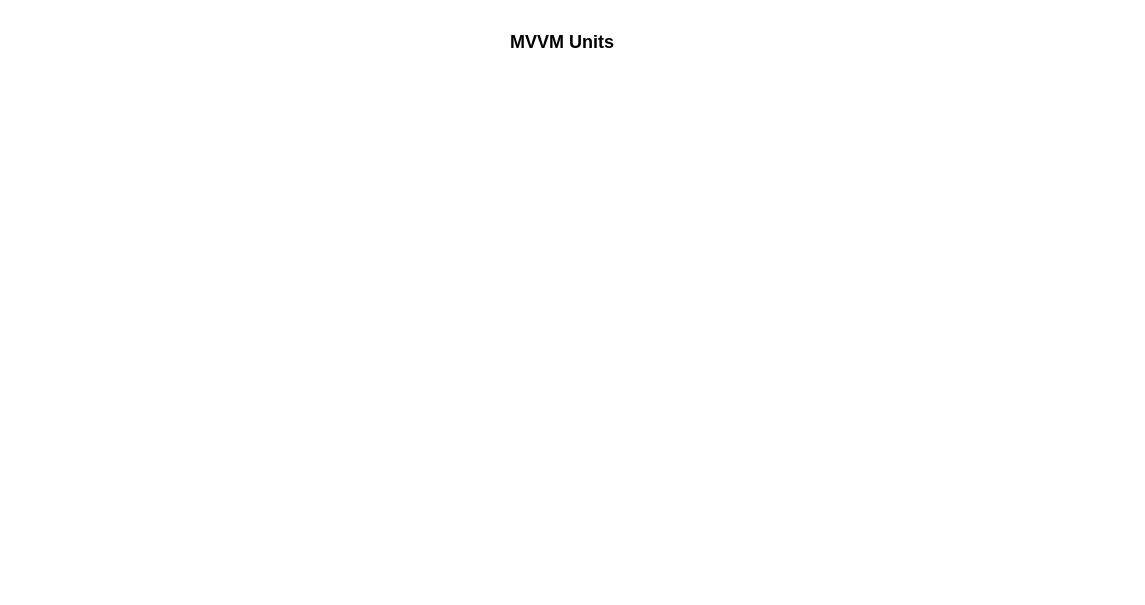
Before: doc/diagrams/mvvm/mvvm_units.drawio in weasdown/dispatch, a draw.io diagram. Source tidied: cells renumbered, new cells numbered last; positions are measured from the earlier drawing's top-left corner, leaving out a move shared by most shapes. Both pictures are drawn from the tidied source at 100%, with x=0, y=0 at pixel (487, 17).
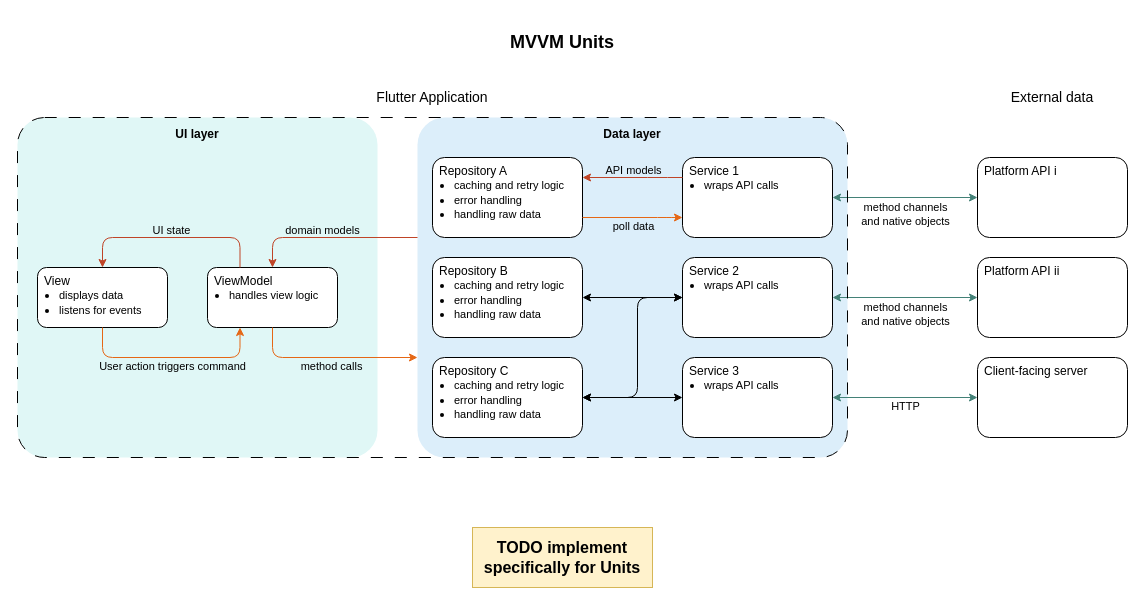
Above is the later version.

Commit message:
feat: add placeholder diagram for Units

Diff of the diagram source:
```diff
@@
+    <mxCell id="3" parent="0" />
+    <mxCell id="4" value="UI layer" style="rounded=1;whiteSpace=wrap;html=1;fillColor=light-dark(#e0f7f6, #1f2f1e);dashed=1;dashPattern=12 12;verticalAlign=top;labelPosition=center;verticalLabelPosition=middle;align=center;spacing=5;fontSize=12;strokeColor=none;arcSize=8;fontStyle=1;spacingTop=0;" parent="3" vertex="1">
+      <mxGeometry x="-470" y="100" width="360" height="340" as="geometry" />
+    </mxCell>
+    <mxCell id="5" value="Data layer" style="rounded=1;whiteSpace=wrap;html=1;fillColor=light-dark(#dceefa, #1f2f1e);dashed=1;dashPattern=12 12;verticalAlign=top;labelPosition=center;verticalLabelPosition=middle;align=center;spacing=5;fontSize=12;strokeColor=none;arcSize=8;fontStyle=1;spacingTop=0;" parent="3" vertex="1">
+      <mxGeometry x="-70" y="100" width="430" height="340" as="geometry" />
+    </mxCell>
+    <mxCell id="6" value="View&lt;div&gt;&lt;ul style=&quot;padding-left: 15px; margin-top: 0px;&quot;&gt;&lt;li&gt;&lt;span style=&quot;background-color: transparent; color: light-dark(rgb(0, 0, 0), rgb(255, 255, 255));&quot;&gt;&lt;font style=&quot;font-size: 11px;&quot;&gt;displays data&lt;/font&gt;&lt;/span&gt;&lt;/li&gt;&lt;li&gt;&lt;span style=&quot;background-color: transparent; color: light-dark(rgb(0, 0, 0), rgb(255, 255, 255));&quot;&gt;&lt;font style=&quot;font-size: 11px;&quot;&gt;listens for events&lt;/font&gt;&lt;/span&gt;&lt;/li&gt;&lt;/ul&gt;&lt;/div&gt;" style="rounded=1;whiteSpace=wrap;html=1;align=left;verticalAlign=top;spacingLeft=5;" parent="3" vertex="1">
+      <mxGeometry x="-450" y="250" width="130" height="60" as="geometry" />
+    </mxCell>
+    <mxCell id="7" value="ViewModel&lt;div&gt;&lt;ul style=&quot;padding-left: 15px; margin-top: 0px;&quot;&gt;&lt;li&gt;&lt;font style=&quot;font-size: 11px;&quot;&gt;handles view logic&lt;/font&gt;&lt;/li&gt;&lt;/ul&gt;&lt;/div&gt;" style="rounded=1;whiteSpace=wrap;html=1;align=left;verticalAlign=top;spacingLeft=5;" parent="3" vertex="1">
+      <mxGeometry x="-280" y="250" width="130" height="60" as="geometry" />
+    </mxCell>
+    <mxCell id="8" value="Repository A&lt;div&gt;&lt;ul style=&quot;padding-left: 15px; margin-top: 0px;&quot;&gt;&lt;li&gt;&lt;font style=&quot;font-size: 11px;&quot;&gt;caching and retry logic&lt;/font&gt;&lt;/li&gt;&lt;li&gt;&lt;span style=&quot;font-size: 11px;&quot;&gt;error handling&lt;/span&gt;&lt;/li&gt;&lt;li&gt;&lt;span style=&quot;font-size: 11px;&quot;&gt;handling raw data&lt;/span&gt;&lt;/li&gt;&lt;/ul&gt;&lt;/div&gt;" style="rounded=1;whiteSpace=wrap;html=1;align=left;verticalAlign=top;spacingLeft=5;" parent="3" vertex="1">
+      <mxGeometry x="-55" y="140" width="150" height="80" as="geometry" />
+    </mxCell>
+    <mxCell id="9" value="Repository B&lt;div&gt;&lt;ul style=&quot;padding-left: 15px; margin-top: 0px;&quot;&gt;&lt;li&gt;&lt;font style=&quot;font-size: 11px;&quot;&gt;caching and retry logic&lt;/font&gt;&lt;/li&gt;&lt;li&gt;&lt;span style=&quot;font-size: 11px;&quot;&gt;error handling&lt;/span&gt;&lt;/li&gt;&lt;li&gt;&lt;span style=&quot;font-size: 11px;&quot;&gt;handling raw data&lt;/span&gt;&lt;/li&gt;&lt;/ul&gt;&lt;/div&gt;" style="rounded=1;whiteSpace=wrap;html=1;align=left;verticalAlign=top;spacingLeft=5;" parent="3" vertex="1">
+      <mxGeometry x="-55" y="240" width="150" height="80" as="geometry" />
+    </mxCell>
+    <mxCell id="10" value="Repository C&lt;div&gt;&lt;ul style=&quot;padding-left: 15px; margin-top: 0px;&quot;&gt;&lt;li&gt;&lt;font style=&quot;font-size: 11px;&quot;&gt;caching and retry logic&lt;/font&gt;&lt;/li&gt;&lt;li&gt;&lt;span style=&quot;font-size: 11px;&quot;&gt;error handling&lt;/span&gt;&lt;/li&gt;&lt;li&gt;&lt;span style=&quot;font-size: 11px;&quot;&gt;handling raw data&lt;/span&gt;&lt;/li&gt;&lt;/ul&gt;&lt;/div&gt;" style="rounded=1;whiteSpace=wrap;html=1;align=left;verticalAlign=top;spacingLeft=5;" parent="3" vertex="1">
+      <mxGeometry x="-55" y="340" width="150" height="80" as="geometry" />
+    </mxCell>
+    <mxCell id="11" value="Service 1&lt;div&gt;&lt;ul style=&quot;padding-left: 15px; margin-top: 0px;&quot;&gt;&lt;li&gt;&lt;span style=&quot;font-size: 11px;&quot;&gt;wraps API calls&lt;/span&gt;&lt;/li&gt;&lt;/ul&gt;&lt;/div&gt;" style="rounded=1;whiteSpace=wrap;html=1;align=left;verticalAlign=top;spacingLeft=5;" parent="3" vertex="1">
+      <mxGeometry x="195" y="140" width="150" height="80" as="geometry" />
+    </mxCell>
+    <mxCell id="12" value="Service 2&lt;div&gt;&lt;ul style=&quot;padding-left: 15px; margin-top: 0px;&quot;&gt;&lt;li&gt;&lt;span style=&quot;font-size: 11px;&quot;&gt;wraps API calls&lt;/span&gt;&lt;/li&gt;&lt;/ul&gt;&lt;/div&gt;" style="rounded=1;whiteSpace=wrap;html=1;align=left;verticalAlign=top;spacingLeft=5;" parent="3" vertex="1">
+      <mxGeometry x="195" y="240" width="150" height="80" as="geometry" />
+    </mxCell>
+    <mxCell id="13" value="Service 3&lt;div&gt;&lt;ul style=&quot;padding-left: 15px; margin-top: 0px;&quot;&gt;&lt;li&gt;&lt;span style=&quot;font-size: 11px;&quot;&gt;wraps API calls&lt;/span&gt;&lt;/li&gt;&lt;/ul&gt;&lt;/div&gt;" style="rounded=1;whiteSpace=wrap;html=1;align=left;verticalAlign=top;spacingLeft=5;" parent="3" vertex="1">
+      <mxGeometry x="195" y="340" width="150" height="80" as="geometry" />
+    </mxCell>
+    <mxCell id="14" value="Platform API i" style="rounded=1;whiteSpace=wrap;html=1;align=left;verticalAlign=top;spacingLeft=5;" parent="3" vertex="1">
+      <mxGeometry x="490" y="140" width="150" height="80" as="geometry" />
+    </mxCell>
+    <mxCell id="15" value="Platform API ii" style="rounded=1;whiteSpace=wrap;html=1;align=left;verticalAlign=top;spacingLeft=5;" parent="3" vertex="1">
+      <mxGeometry x="490" y="240" width="150" height="80" as="geometry" />
+    </mxCell>
+    <mxCell id="16" style="endArrow=classic;html=1;rounded=1;edgeStyle=elbowEdgeStyle;elbow=vertical;strokeWidth=1;exitX=0.25;exitY=0;exitDx=0;exitDy=0;strokeColor=light-dark(#BF4427,#EDEDED);" parent="3" edge="1" source="7" target="6">
+      <mxGeometry relative="1" as="geometry">
+        <Array as="points">
+          <mxPoint x="-290" y="220" />
+        </Array>
+      </mxGeometry>
+    </mxCell>
+    <mxCell id="17" value="UI state" style="edgeLabel;html=1;align=center;verticalAlign=middle;labelBackgroundColor=none;" parent="16" vertex="1">
+      <mxGeometry relative="1" as="geometry">
+        <mxPoint y="-8" as="offset" />
+      </mxGeometry>
+    </mxCell>
+    <mxCell id="18" value="Client-facing server" style="rounded=1;whiteSpace=wrap;html=1;align=left;verticalAlign=top;spacingLeft=5;" parent="3" vertex="1">
+      <mxGeometry x="490" y="340" width="150" height="80" as="geometry" />
+    </mxCell>
+    <mxCell id="19" style="endArrow=classic;html=1;rounded=1;elbow=vertical;strokeWidth=1;edgeStyle=elbowEdgeStyle;entryX=0.25;entryY=1;entryDx=0;entryDy=0;strokeColor=light-dark(#e56715, #ededed);" parent="3" edge="1" source="6" target="7">
+      <mxGeometry relative="1" as="geometry">
+        <Array as="points">
+          <mxPoint x="-300" y="340" />
+        </Array>
+      </mxGeometry>
+    </mxCell>
+    <mxCell id="20" value="User action triggers command" style="edgeLabel;html=1;align=center;verticalAlign=middle;labelBackgroundColor=none;" parent="19" vertex="1">
+      <mxGeometry relative="1" as="geometry">
+        <mxPoint y="8" as="offset" />
+      </mxGeometry>
+    </mxCell>
+    <mxCell id="21" style="endArrow=classic;html=1;rounded=1;edgeStyle=elbowEdgeStyle;elbow=vertical;strokeWidth=1;entryX=0.5;entryY=0;entryDx=0;entryDy=0;strokeColor=light-dark(#bf4427, #EDEDED);" parent="3" edge="1" source="5" target="7">
+      <mxGeometry relative="1" as="geometry">
+        <Array as="points">
+          <mxPoint x="-160" y="220" />
+        </Array>
+      </mxGeometry>
+    </mxCell>
+    <mxCell id="22" value="domain models" style="edgeLabel;html=1;align=center;verticalAlign=middle;labelBackgroundColor=none;" parent="21" vertex="1">
+      <mxGeometry x="0.1" relative="1" as="geometry">
+        <mxPoint y="-8" as="offset" />
+      </mxGeometry>
+    </mxCell>
+    <mxCell id="23" style="endArrow=classic;html=1;rounded=1;edgeStyle=elbowEdgeStyle;elbow=vertical;strokeWidth=1;exitX=0.5;exitY=1;exitDx=0;exitDy=0;strokeColor=light-dark(#e56715, #ededed);" parent="3" edge="1" source="7" target="5">
+      <mxGeometry relative="1" as="geometry">
+        <Array as="points">
+          <mxPoint x="-190" y="340" />
+        </Array>
+      </mxGeometry>
+    </mxCell>
+    <mxCell id="24" value="method calls" style="edgeLabel;html=1;align=center;verticalAlign=middle;labelBackgroundColor=none;" parent="23" vertex="1">
+      <mxGeometry relative="1" as="geometry">
+        <mxPoint y="8" as="offset" />
+      </mxGeometry>
+    </mxCell>
+    <mxCell id="25" style="endArrow=classic;startArrow=classic;html=1;rounded=1;edgeStyle=orthogonalEdgeStyle;curved=0;" parent="3" edge="1" source="9" target="12">
+      <mxGeometry relative="1" as="geometry" />
+    </mxCell>
+    <mxCell id="26" style="endArrow=classic;startArrow=classic;html=1;rounded=1;edgeStyle=orthogonalEdgeStyle;curved=0;" parent="3" edge="1" source="10" target="13">
+      <mxGeometry relative="1" as="geometry" />
+    </mxCell>
+    <mxCell id="27" style="endArrow=classic;startArrow=classic;html=1;rounded=1;edgeStyle=orthogonalEdgeStyle;curved=0;" parent="3" edge="1" source="10" target="12">
+      <mxGeometry relative="1" as="geometry">
+        <Array as="points">
+          <mxPoint x="150" y="380" />
+          <mxPoint x="150" y="280" />
+        </Array>
+      </mxGeometry>
+    </mxCell>
+    <mxCell id="28" style="endArrow=classic;html=1;rounded=1;edgeStyle=orthogonalEdgeStyle;elbow=vertical;strokeWidth=1;strokeColor=light-dark(#BF4427,#EDEDED);" parent="3" edge="1" source="11" target="8">
+      <mxGeometry relative="1" as="geometry">
+        <Array as="points">
+          <mxPoint x="170" y="160" />
+          <mxPoint x="170" y="160" />
+        </Array>
+      </mxGeometry>
+    </mxCell>
+    <mxCell id="29" value="API models" style="edgeLabel;html=1;align=center;verticalAlign=middle;labelBackgroundColor=none;" parent="28" vertex="1">
+      <mxGeometry relative="1" as="geometry">
+        <mxPoint y="-8" as="offset" />
+      </mxGeometry>
+    </mxCell>
+    <mxCell id="30" style="endArrow=classic;html=1;rounded=1;edgeStyle=orthogonalEdgeStyle;elbow=vertical;strokeWidth=1;strokeColor=light-dark(#e56715, #ededed);" parent="3" edge="1" source="8" target="11">
+      <mxGeometry relative="1" as="geometry">
+        <Array as="points">
+          <mxPoint x="180" y="200" />
+          <mxPoint x="180" y="200" />
+        </Array>
+      </mxGeometry>
+    </mxCell>
+    <mxCell id="31" value="poll data" style="edgeLabel;html=1;align=center;verticalAlign=middle;labelBackgroundColor=none;" parent="30" vertex="1">
+      <mxGeometry relative="1" as="geometry">
+        <mxPoint y="8" as="offset" />
+      </mxGeometry>
+    </mxCell>
+    <mxCell id="32" style="endArrow=classic;html=1;rounded=1;elbow=vertical;strokeWidth=1;startArrow=classic;startFill=1;strokeColor=light-dark(#438177, #ededed);" parent="3" edge="1" source="14" target="11">
+      <mxGeometry relative="1" as="geometry" />
+    </mxCell>
+    <mxCell id="33" value="method channels&lt;div&gt;and native objects&lt;/div&gt;" style="edgeLabel;html=1;align=center;verticalAlign=middle;labelBackgroundColor=none;" parent="32" vertex="1">
+      <mxGeometry relative="1" as="geometry">
+        <mxPoint y="16" as="offset" />
+      </mxGeometry>
+    </mxCell>
+    <mxCell id="34" style="endArrow=classic;html=1;rounded=1;elbow=vertical;strokeWidth=1;startArrow=classic;startFill=1;strokeColor=light-dark(#438177, #ededed);" parent="3" edge="1" source="15" target="12">
+      <mxGeometry relative="1" as="geometry" />
+    </mxCell>
+    <mxCell id="35" value="method channels&lt;div&gt;and native objects&lt;/div&gt;" style="edgeLabel;html=1;align=center;verticalAlign=middle;labelBackgroundColor=none;" parent="34" vertex="1">
+      <mxGeometry relative="1" as="geometry">
+        <mxPoint y="16" as="offset" />
+      </mxGeometry>
+    </mxCell>
+    <mxCell id="36" style="endArrow=classic;html=1;rounded=1;elbow=vertical;strokeWidth=1;startArrow=classic;startFill=1;strokeColor=light-dark(#438177, #ededed);" parent="3" edge="1" source="18" target="13">
+      <mxGeometry relative="1" as="geometry" />
+    </mxCell>
+    <mxCell id="37" value="HTTP" style="edgeLabel;html=1;align=center;verticalAlign=middle;labelBackgroundColor=none;" parent="36" vertex="1">
+      <mxGeometry relative="1" as="geometry">
+        <mxPoint y="8" as="offset" />
+      </mxGeometry>
+    </mxCell>
+    <mxCell id="38" parent="0" />
+    <mxCell id="39" style="rounded=1;whiteSpace=wrap;html=1;fillColor=none;dashed=1;dashPattern=12 12;verticalAlign=middle;labelPosition=center;verticalLabelPosition=middle;align=center;spacing=10;fontSize=14;arcSize=8;" parent="38" vertex="1">
+      <mxGeometry x="-470" y="100" width="830" height="340" as="geometry" />
+    </mxCell>
+    <mxCell id="40" value="Flutter Application" style="text;html=1;align=center;verticalAlign=middle;whiteSpace=wrap;rounded=0;fontSize=14;" parent="38" vertex="1">
+      <mxGeometry x="-135" y="70" width="160" height="20" as="geometry" />
+    </mxCell>
+    <mxCell id="41" value="External data" style="text;html=1;align=center;verticalAlign=middle;whiteSpace=wrap;rounded=0;fontSize=14;" parent="38" vertex="1">
+      <mxGeometry x="515" y="70" width="100" height="20" as="geometry" />
+    </mxCell>
+    <mxCell id="42" value="&lt;b&gt;&lt;font style=&quot;font-size: 16px;&quot;&gt;TODO implement specifically for Units&lt;/font&gt;&lt;/b&gt;" style="rounded=0;whiteSpace=wrap;html=1;fillColor=#fff2cc;strokeColor=#d6b656;" parent="38" vertex="1">
+      <mxGeometry x="-15" y="510" width="180" height="60" as="geometry" />
+    </mxCell>
```
